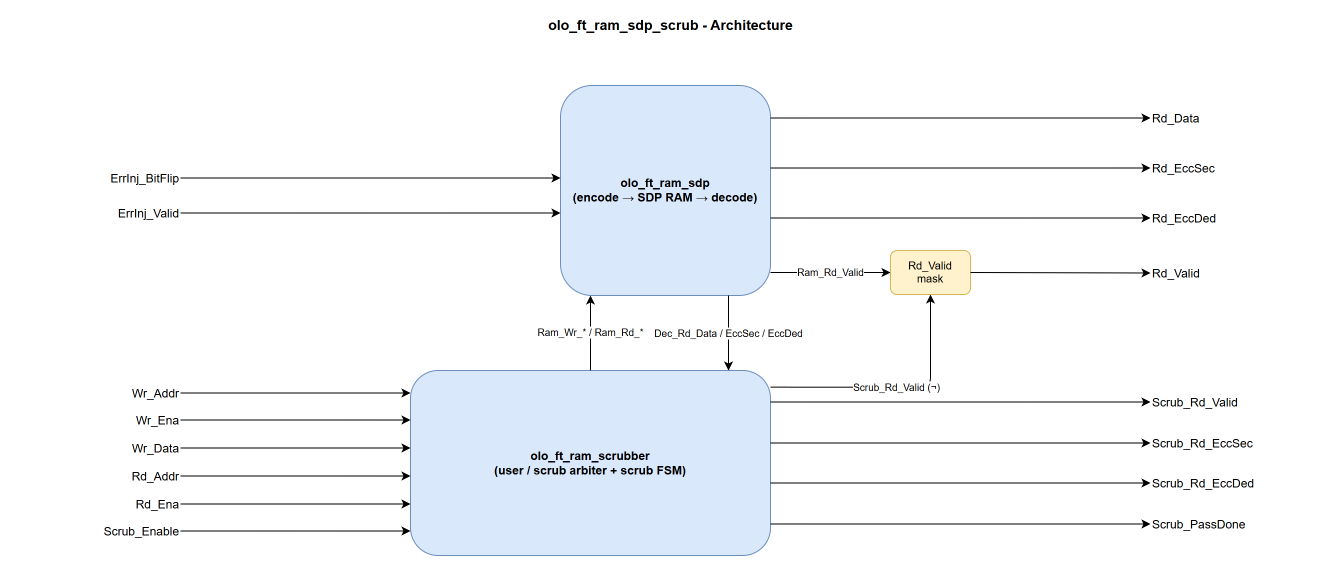
The draw.io diagram doc/ft/ram/olo_ft_ram_sdp_scrub_arch.drawio.png in rustyqt/open-logic, before a commit. Source tidied: cells renumbered, new cells last; positions are measured from the earlier drawing's top-left corner, leaving out a move shared by most shapes.
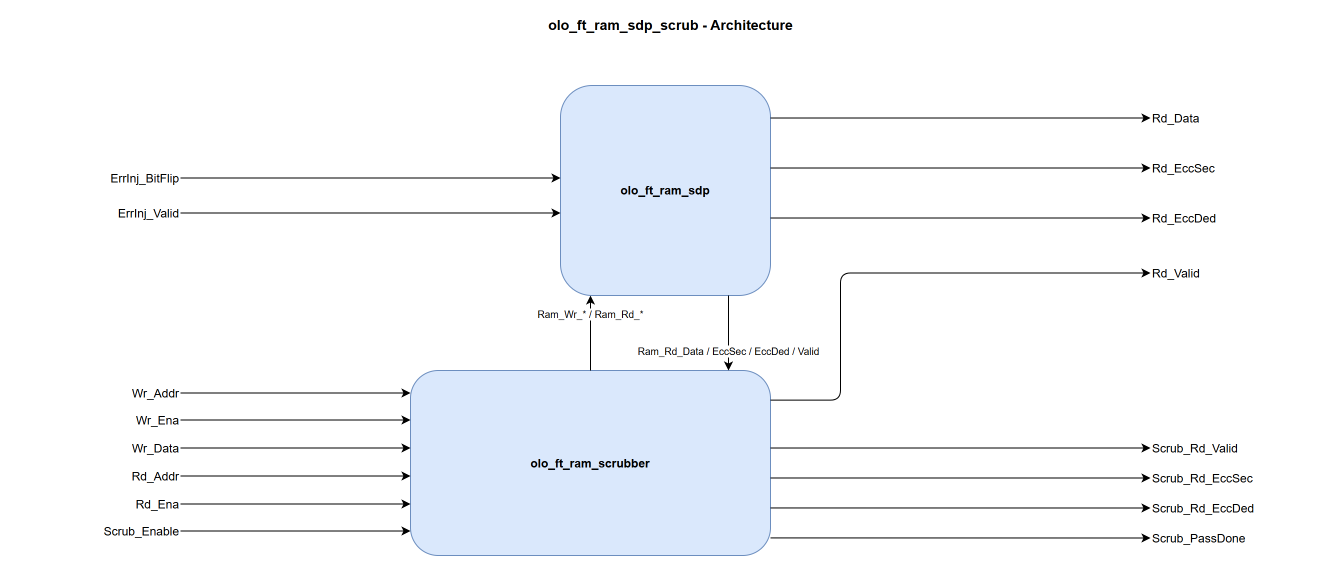
Later version of the same file.

Commit message:
IMPROVEMENT: Move RdValid mask into olo_ft_ram_scrubber; rename RAM taps

What changed in the source:
```diff
@@ -5,15 +5,12 @@
     <mxCell id="2" value="olo_ft_ram_sdp_scrub - Architecture" style="text;html=1;align=center;verticalAlign=middle;fontSize=14;fontStyle=1;" parent="1" vertex="1">
       <mxGeometry x="440" width="440" height="30" as="geometry" />
     </mxCell>
-    <mxCell id="3" value="olo_ft_ram_sdp&#10;(encode → SDP RAM → decode)" style="rounded=1;whiteSpace=wrap;html=1;fillColor=#dae8fc;strokeColor=#6c8ebf;fontStyle=1;" parent="1" vertex="1">
+    <mxCell id="3" value="olo_ft_ram_sdp" style="rounded=1;whiteSpace=wrap;html=1;fillColor=#dae8fc;strokeColor=#6c8ebf;fontStyle=1;" parent="1" vertex="1">
       <mxGeometry x="550" y="75" width="210" height="210" as="geometry" />
     </mxCell>
-    <mxCell id="4" value="olo_ft_ram_scrubber&#10;(user / scrub arbiter + scrub FSM)" style="rounded=1;whiteSpace=wrap;html=1;fillColor=#dae8fc;strokeColor=#6c8ebf;fontStyle=1;" parent="1" vertex="1">
+    <mxCell id="4" value="olo_ft_ram_scrubber" style="rounded=1;whiteSpace=wrap;html=1;fillColor=#dae8fc;strokeColor=#6c8ebf;fontStyle=1;" parent="1" vertex="1">
       <mxGeometry x="400" y="360" width="360" height="185" as="geometry" />
     </mxCell>
-    <mxCell id="5" value="Rd_Valid&#10;mask" style="rounded=1;whiteSpace=wrap;html=1;fillColor=#fff2cc;strokeColor=#d6b656;fontSize=11;" parent="1" vertex="1">
-      <mxGeometry x="880" y="240" width="80" height="44" as="geometry" />
-    </mxCell>
     <mxCell id="6" value="ErrInj_BitFlip" style="text;html=1;align=right;verticalAlign=middle;" parent="1" vertex="1">
       <mxGeometry y="155" width="170" height="25" as="geometry" />
     </mxCell>
@@ -51,16 +48,16 @@
       <mxGeometry x="1140" y="250" width="170" height="25" as="geometry" />
     </mxCell>
     <mxCell id="18" value="Scrub_Rd_Valid" style="text;html=1;align=left;verticalAlign=middle;" parent="1" vertex="1">
-      <mxGeometry x="1140" y="379" width="170" height="25" as="geometry" />
+      <mxGeometry x="1140" y="425" width="170" height="25" as="geometry" />
     </mxCell>
     <mxCell id="19" value="Scrub_Rd_EccSec" style="text;html=1;align=left;verticalAlign=middle;" parent="1" vertex="1">
-      <mxGeometry x="1140" y="420" width="170" height="25" as="geometry" />
+      <mxGeometry x="1140" y="455" width="170" height="25" as="geometry" />
     </mxCell>
     <mxCell id="20" value="Scrub_Rd_EccDed" style="text;html=1;align=left;verticalAlign=middle;" parent="1" vertex="1">
-      <mxGeometry x="1140" y="460" width="170" height="25" as="geometry" />
+      <mxGeometry x="1140" y="485" width="170" height="25" as="geometry" />
     </mxCell>
     <mxCell id="21" value="Scrub_PassDone" style="text;html=1;align=left;verticalAlign=middle;" parent="1" vertex="1">
-      <mxGeometry x="1140" y="501" width="170" height="25" as="geometry" />
+      <mxGeometry x="1140" y="515" width="170" height="25" as="geometry" />
     </mxCell>
     <mxCell id="22" style="endArrow=classic;html=1;edgeStyle=none;exitX=1;exitY=0.5;entryX=0;entryY=0.4405;" parent="1" edge="1" source="6" target="3">
       <mxGeometry relative="1" as="geometry" />
@@ -87,10 +84,10 @@
       <mxGeometry relative="1" as="geometry" />
     </mxCell>
     <mxCell id="30" value="Ram_Wr_* / Ram_Rd_*" style="endArrow=classic;html=1;edgeStyle=none;fontSize=10;exitX=0.5;exitY=0;entryX=0.142857;entryY=1;" parent="1" edge="1" source="4" target="3">
-      <mxGeometry relative="1" as="geometry" />
+      <mxGeometry x="0.5" relative="1" as="geometry" />
     </mxCell>
-    <mxCell id="31" value="Dec_Rd_Data / EccSec / EccDed" style="endArrow=classic;html=1;edgeStyle=none;fontSize=10;exitX=0.8;exitY=1;entryX=0.883333;entryY=0;" parent="1" edge="1" source="3" target="4">
-      <mxGeometry relative="1" as="geometry" />
+    <mxCell id="31" value="Ram_Rd_Data / EccSec / EccDed / Valid" style="endArrow=classic;html=1;edgeStyle=none;fontSize=10;exitX=0.8;exitY=1;entryX=0.883333;entryY=0;" parent="1" edge="1" source="3" target="4">
+      <mxGeometry x="0.5" relative="1" as="geometry" />
     </mxCell>
     <mxCell id="32" style="endArrow=classic;html=1;edgeStyle=none;exitX=1;exitY=0.1548;entryX=0;entryY=0.5;" parent="1" edge="1" source="3" target="14">
       <mxGeometry relative="1" as="geometry" />
@@ -101,29 +98,23 @@
     <mxCell id="34" style="endArrow=classic;html=1;edgeStyle=none;exitX=1;exitY=0.6310;entryX=0;entryY=0.5;" parent="1" edge="1" source="3" target="16">
       <mxGeometry relative="1" as="geometry" />
     </mxCell>
-    <mxCell id="35" value="Ram_Rd_Valid" style="endArrow=classic;html=1;edgeStyle=none;fontSize=10;exitX=1;exitY=0.8905;entryX=0;entryY=0.5;" parent="1" edge="1" source="3" target="5">
-      <mxGeometry relative="1" as="geometry" />
-    </mxCell>
-    <mxCell id="36" style="endArrow=classic;html=1;edgeStyle=none;exitX=1;exitY=0.5;entryX=0;entryY=0.5;" parent="1" edge="1" source="5" target="17">
-      <mxGeometry relative="1" as="geometry" />
-    </mxCell>
-    <mxCell id="37" value="Scrub_Rd_Valid (¬)" style="endArrow=classic;html=1;edgeStyle=orthogonalEdgeStyle;fontSize=10;exitX=1;exitY=0.09;entryX=0.5;entryY=1;" parent="1" edge="1" source="4" target="5">
-      <mxGeometry relative="1" as="geometry">
-        <Array as="points">
-          <mxPoint x="920" y="377" />
-        </Array>
-      </mxGeometry>
-    </mxCell>
+    <mxCell id="42" style="endArrow=classic;html=1;edgeStyle=orthogonalEdgeStyle;exitX=1;exitY=0.16;entryX=0;entryY=0.5;" parent="1" edge="1" source="4" target="17">
+      <mxGeometry relative="1" as="geometry">
+        <Array as="points">
+          <mxPoint x="830" y="262" />
+        </Array>
+      </mxGeometry>
+    </mxCell>
-    <mxCell id="38" style="endArrow=classic;html=1;edgeStyle=none;exitX=1;exitY=0.1703;entryX=0;entryY=0.5;" parent="1" edge="1" source="4" target="18">
+    <mxCell id="38" style="endArrow=classic;html=1;edgeStyle=none;exitX=1;exitY=0.419;entryX=0;entryY=0.5;" parent="1" edge="1" source="4" target="18">
       <mxGeometry relative="1" as="geometry" />
     </mxCell>
-    <mxCell id="39" style="endArrow=classic;html=1;edgeStyle=none;exitX=1;exitY=0.3919;entryX=0;entryY=0.5;" parent="1" edge="1" source="4" target="19">
+    <mxCell id="39" style="endArrow=classic;html=1;edgeStyle=none;exitX=1;exitY=0.581;entryX=0;entryY=0.5;" parent="1" edge="1" source="4" target="19">
       <mxGeometry relative="1" as="geometry" />
     </mxCell>
-    <mxCell id="40" style="endArrow=classic;html=1;edgeStyle=none;exitX=1;exitY=0.6081;entryX=0;entryY=0.5;" parent="1" edge="1" source="4" target="20">
+    <mxCell id="40" style="endArrow=classic;html=1;edgeStyle=none;exitX=1;exitY=0.743;entryX=0;entryY=0.5;" parent="1" edge="1" source="4" target="20">
       <mxGeometry relative="1" as="geometry" />
     </mxCell>
-    <mxCell id="41" style="endArrow=classic;html=1;edgeStyle=none;exitX=1;exitY=0.8297;entryX=0;entryY=0.5;" parent="1" edge="1" source="4" target="21">
+    <mxCell id="41" style="endArrow=classic;html=1;edgeStyle=none;exitX=1;exitY=0.905;entryX=0;entryY=0.5;" parent="1" edge="1" source="4" target="21">
       <mxGeometry relative="1" as="geometry" />
     </mxCell>
   </root>
```
